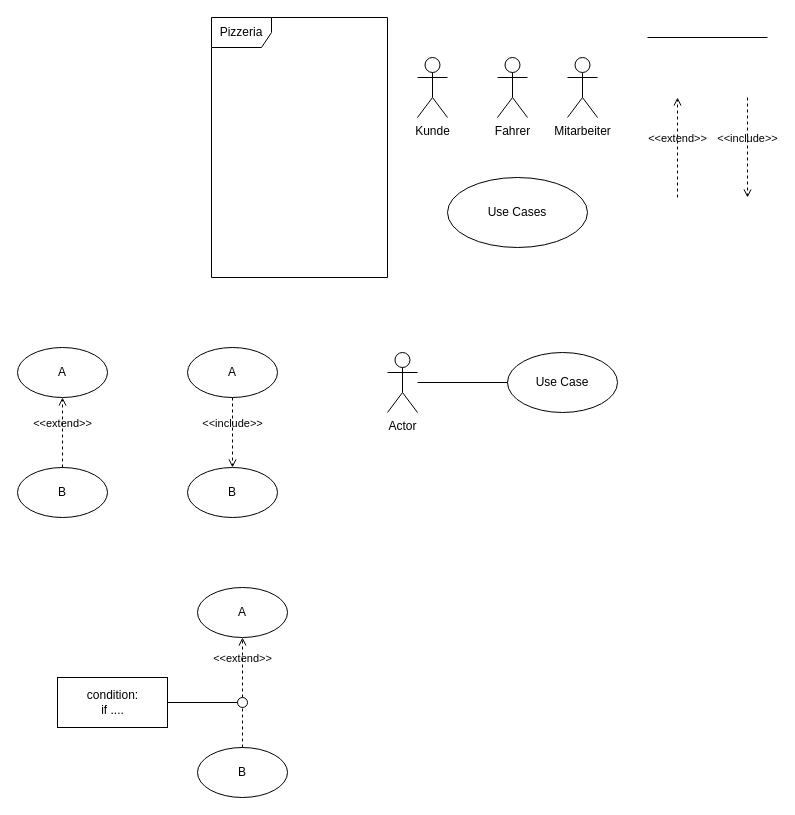
This is page "0_Basics" (1 of 2) of klassendiagramm.drawio from KristianPe/Klassendiagramm, a draw.io file, before an edit. Source tidied: cells renumbered, new cells numbered last; positions are measured from the earlier drawing's top-left corner, leaving out a move shared by most shapes. Both pictures are drawn from the tidied source at 100%, with x=0, y=0 at pixel (17, 17).
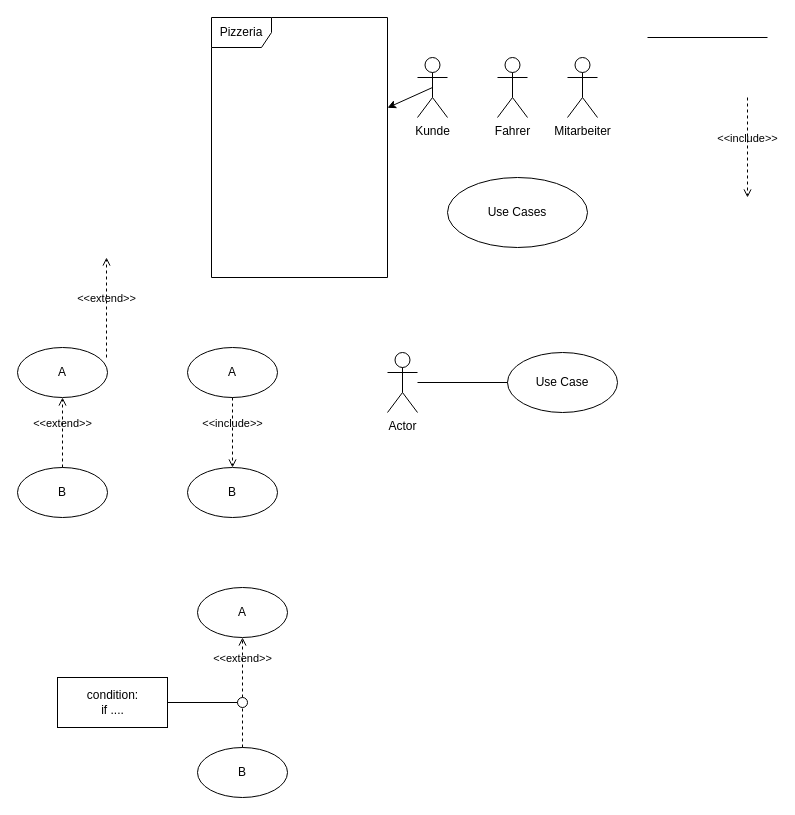
The same diagram, later.

Unchanged cells that the change refers to:
```xml
<mxCell id="2" value="Pizzeria" style="shape=umlFrame;whiteSpace=wrap;html=1;" parent="1" vertex="1">
  <mxGeometry x="194" width="176" height="260" as="geometry" />
</mxCell>
<mxCell id="3" value="Kunde" style="shape=umlActor;verticalLabelPosition=bottom;verticalAlign=top;html=1;" parent="1" vertex="1">
  <mxGeometry x="400" y="40" width="30" height="60" as="geometry" />
</mxCell>
```

What changed in the source:
```diff
@@
+    <mxCell id="26" style="edgeStyle=none;html=1;exitX=0.5;exitY=0.5;exitDx=0;exitDy=0;exitPerimeter=0;" parent="1" edge="1" source="3" target="2">
+      <mxGeometry relative="1" as="geometry" />
+    </mxCell>
@@
     <mxCell id="7" value="&amp;lt;&amp;lt;extend&amp;gt;&amp;gt;" style="html=1;verticalAlign=bottom;labelBackgroundColor=none;endArrow=open;endFill=0;dashed=1;entryX=0.5;entryY=1;entryDx=0;entryDy=0;startArrow=none;" parent="1" edge="1">
       <mxGeometry relative="1" as="geometry">
-        <mxPoint x="660" y="180" as="sourcePoint" />
-        <mxPoint x="660" y="80" as="targetPoint" />
+        <mxPoint x="89" y="340" as="sourcePoint" />
+        <mxPoint x="89" y="240" as="targetPoint" />
       </mxGeometry>
     </mxCell>
```
